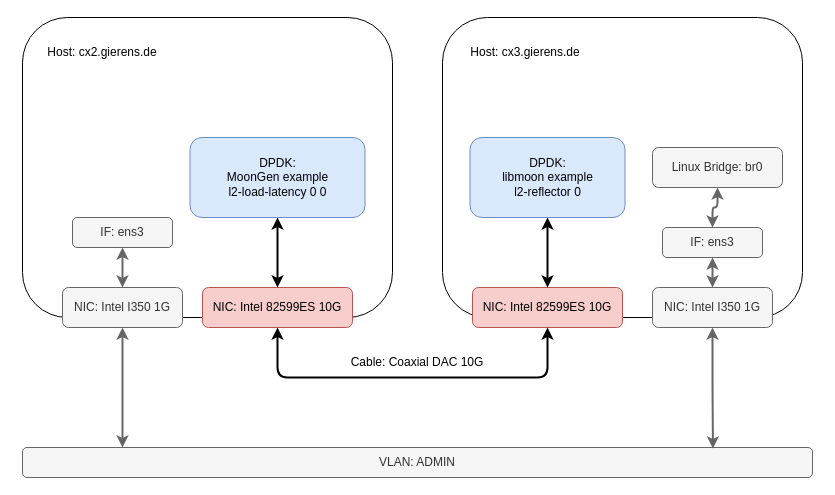
Earlier version of the draw.io diagram page "Physical NIC" (1 of 4) of testsystem.drawio (vmuxIO/diagrams). Source tidied: cells renumbered, new cells numbered last; positions are measured from the earlier drawing's top-left corner, leaving out a move shared by most shapes. Both pictures are drawn from the tidied source at 100%, with x=0, y=0 at pixel (22, 17).
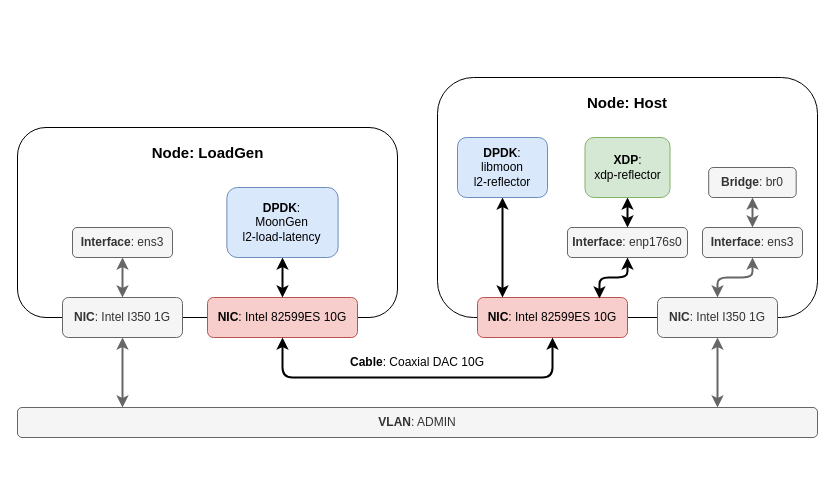
After the change.

Change to the diagram source:
```diff
@@
-    <mxCell id="2" style="group;" parent="1" vertex="1">
-      <mxGeometry width="790" height="460" as="geometry" />
-    </mxCell>
+    <mxCell id="26" style="group;" parent="1" vertex="1">
+      <mxGeometry x="-5" y="60" width="800" height="360" as="geometry" />
+    </mxCell>
-    <mxCell id="3" style="rounded=1;whiteSpace=wrap;html=1;" parent="2" vertex="1">
-      <mxGeometry width="370" height="300" as="geometry" />
+    <mxCell id="3" style="rounded=1;whiteSpace=wrap;html=1;" parent="26" vertex="1">
+      <mxGeometry y="50" width="380" height="190" as="geometry" />
     </mxCell>
-    <mxCell id="4" value="Host: cx2.gierens.de" style="text;html=1;strokeColor=none;fillColor=none;align=center;verticalAlign=middle;whiteSpace=wrap;rounded=0;" parent="2" vertex="1">
-      <mxGeometry x="20" y="20" width="120" height="30" as="geometry" />
+    <mxCell id="4" value="Node: LoadGen" style="text;html=1;strokeColor=none;fillColor=none;align=center;verticalAlign=middle;whiteSpace=wrap;rounded=0;fontStyle=1;fontSize=15;" parent="26" vertex="1">
+      <mxGeometry x="27.5" y="60" width="325" height="30" as="geometry" />
     </mxCell>
-    <mxCell id="5" style="rounded=1;whiteSpace=wrap;html=1;" parent="2" vertex="1">
-      <mxGeometry x="420" width="360" height="300" as="geometry" />
+    <mxCell id="5" style="rounded=1;whiteSpace=wrap;html=1;" parent="26" vertex="1">
+      <mxGeometry x="420" width="380" height="240" as="geometry" />
     </mxCell>
-    <mxCell id="6" value="Host: cx3.gierens.de" style="text;html=1;strokeColor=none;fillColor=none;align=center;verticalAlign=middle;whiteSpace=wrap;rounded=0;" parent="2" vertex="1">
-      <mxGeometry x="442.5" y="20" width="120" height="30" as="geometry" />
+    <mxCell id="6" value="Node: Host" style="text;html=1;strokeColor=none;fillColor=none;align=center;verticalAlign=middle;whiteSpace=wrap;rounded=0;fontStyle=1;fontSize=15;" parent="26" vertex="1">
+      <mxGeometry x="440" y="10" width="340" height="30" as="geometry" />
     </mxCell>
-    <mxCell id="7" value="VLAN: ADMIN" style="rounded=1;whiteSpace=wrap;html=1;fillColor=#f5f5f5;fontColor=#333333;strokeColor=#666666;" parent="2" vertex="1">
-      <mxGeometry y="430" width="790" height="30" as="geometry" />
+    <mxCell id="7" value="&lt;b&gt;VLAN&lt;/b&gt;: ADMIN" style="rounded=1;whiteSpace=wrap;html=1;fillColor=#f5f5f5;fontColor=#333333;strokeColor=#666666;" parent="26" vertex="1">
+      <mxGeometry y="330" width="800" height="30" as="geometry" />
     </mxCell>
-    <mxCell id="8" style="edgeStyle=orthogonalEdgeStyle;rounded=1;jettySize=auto;html=1;startArrow=classic;startFill=1;strokeWidth=2;fillColor=#f5f5f5;strokeColor=#666666;" parent="2" edge="1" source="9" target="7">
+    <mxCell id="8" style="edgeStyle=orthogonalEdgeStyle;rounded=1;jettySize=auto;html=1;startArrow=classic;startFill=1;strokeWidth=2;fillColor=#f5f5f5;strokeColor=#666666;" parent="26" edge="1" source="9">
       <mxGeometry relative="1" as="geometry">
+        <mxPoint x="105" y="330" as="targetPoint" />
         <Array as="points">
-          <mxPoint x="260" y="440" />
-          <mxPoint x="260" y="440" />
+          <mxPoint x="105" y="330" />
         </Array>
       </mxGeometry>
     </mxCell>
-    <mxCell id="9" value="NIC: Intel I350 1G" style="rounded=1;whiteSpace=wrap;html=1;fillColor=#f5f5f5;fontColor=#333333;strokeColor=#666666;" parent="2" vertex="1">
-      <mxGeometry x="40" y="270" width="120" height="40" as="geometry" />
+    <mxCell id="9" value="&lt;b&gt;NIC&lt;/b&gt;: Intel I350 1G" style="rounded=1;whiteSpace=wrap;html=1;fillColor=#f5f5f5;fontColor=#333333;strokeColor=#666666;" parent="26" vertex="1">
+      <mxGeometry x="45" y="220" width="120" height="40" as="geometry" />
     </mxCell>
-    <mxCell id="10" style="edgeStyle=orthogonalEdgeStyle;rounded=1;jettySize=auto;html=1;entryX=0.874;entryY=0.033;entryDx=0;entryDy=0;entryPerimeter=0;startArrow=classic;startFill=1;strokeWidth=2;fillColor=#f5f5f5;strokeColor=#666666;" parent="2" edge="1" source="11" target="7">
-      <mxGeometry relative="1" as="geometry" />
+    <mxCell id="10" style="edgeStyle=orthogonalEdgeStyle;rounded=1;jettySize=auto;html=1;startArrow=classic;startFill=1;strokeWidth=2;fillColor=#f5f5f5;strokeColor=#666666;" parent="26" edge="1" source="11" target="7">
+      <mxGeometry relative="1" as="geometry">
+        <Array as="points">
+          <mxPoint x="700" y="360" />
+          <mxPoint x="700" y="360" />
+        </Array>
+      </mxGeometry>
     </mxCell>
-    <mxCell id="11" value="NIC: Intel I350 1G" style="rounded=1;whiteSpace=wrap;html=1;fillColor=#f5f5f5;fontColor=#333333;strokeColor=#666666;" parent="2" vertex="1">
-      <mxGeometry x="630" y="270" width="120" height="40" as="geometry" />
+    <mxCell id="11" value="&lt;b&gt;NIC&lt;/b&gt;: Intel I350 1G" style="rounded=1;whiteSpace=wrap;html=1;fillColor=#f5f5f5;fontColor=#333333;strokeColor=#666666;" parent="26" vertex="1">
+      <mxGeometry x="640" y="220" width="120" height="40" as="geometry" />
     </mxCell>
-    <mxCell id="12" value="NIC: Intel 82599ES 10G" style="rounded=1;whiteSpace=wrap;html=1;fillColor=#f8cecc;strokeColor=#b85450;" parent="2" vertex="1">
-      <mxGeometry x="180" y="270" width="150" height="40" as="geometry" />
+    <mxCell id="12" value="&lt;b&gt;NIC&lt;/b&gt;: Intel 82599ES 10G" style="rounded=1;whiteSpace=wrap;html=1;fillColor=#f8cecc;strokeColor=#b85450;" parent="26" vertex="1">
+      <mxGeometry x="190" y="220" width="150" height="40" as="geometry" />
     </mxCell>
-    <mxCell id="13" value="NIC: Intel 82599ES 10G" style="rounded=1;whiteSpace=wrap;html=1;fillColor=#f8cecc;strokeColor=#b85450;" parent="2" vertex="1">
-      <mxGeometry x="450" y="270" width="150" height="40" as="geometry" />
+    <mxCell id="13" value="&lt;b&gt;NIC&lt;/b&gt;: Intel 82599ES 10G" style="rounded=1;whiteSpace=wrap;html=1;fillColor=#f8cecc;strokeColor=#b85450;" parent="26" vertex="1">
+      <mxGeometry x="460" y="220" width="150" height="40" as="geometry" />
     </mxCell>
-    <mxCell id="14" style="edgeStyle=orthogonalEdgeStyle;rounded=1;jettySize=auto;html=1;exitX=0.5;exitY=1;exitDx=0;exitDy=0;startArrow=classic;startFill=1;strokeWidth=2;entryX=0.5;entryY=1;entryDx=0;entryDy=0;" parent="2" edge="1" source="12" target="13">
+    <mxCell id="14" style="edgeStyle=orthogonalEdgeStyle;rounded=1;jettySize=auto;html=1;exitX=0.5;exitY=1;exitDx=0;exitDy=0;startArrow=classic;startFill=1;strokeWidth=2;" parent="26" edge="1" source="12" target="13">
       <mxGeometry relative="1" as="geometry">
         <Array as="points">
-          <mxPoint x="255" y="360" />
-          <mxPoint x="525" y="360" />
+          <mxPoint x="265" y="300" />
+          <mxPoint x="535" y="300" />
         </Array>
       </mxGeometry>
     </mxCell>
-    <mxCell id="15" value="Cable: Coaxial DAC 10G" style="text;html=1;align=center;verticalAlign=middle;whiteSpace=wrap;rounded=0;" parent="2" vertex="1">
-      <mxGeometry x="325" y="330" width="140" height="30" as="geometry" />
+    <mxCell id="15" value="&lt;b&gt;Cable&lt;/b&gt;: Coaxial DAC 10G" style="text;html=1;align=center;verticalAlign=middle;whiteSpace=wrap;rounded=0;" parent="26" vertex="1">
+      <mxGeometry x="330" y="270" width="140" height="30" as="geometry" />
     </mxCell>
-    <mxCell id="16" style="edgeStyle=orthogonalEdgeStyle;rounded=1;jettySize=auto;html=1;startArrow=classic;startFill=1;strokeWidth=2;fillColor=#f5f5f5;strokeColor=#666666;" parent="2" edge="1" source="17" target="9">
+    <mxCell id="16" style="edgeStyle=orthogonalEdgeStyle;rounded=1;jettySize=auto;html=1;startArrow=classic;startFill=1;strokeWidth=2;fillColor=#f5f5f5;strokeColor=#666666;" parent="26" edge="1" source="17" target="9">
       <mxGeometry relative="1" as="geometry" />
     </mxCell>
-    <mxCell id="17" value="IF: ens3" style="rounded=1;whiteSpace=wrap;html=1;fillColor=#f5f5f5;fontColor=#333333;strokeColor=#666666;" parent="2" vertex="1">
-      <mxGeometry x="50" y="200" width="100" height="30" as="geometry" />
+    <mxCell id="17" value="&lt;b&gt;Interface&lt;/b&gt;: ens3" style="rounded=1;whiteSpace=wrap;html=1;fillColor=#f5f5f5;fontColor=#333333;strokeColor=#666666;" parent="26" vertex="1">
+      <mxGeometry x="55" y="150" width="100" height="30" as="geometry" />
     </mxCell>
-    <mxCell id="18" style="edgeStyle=orthogonalEdgeStyle;rounded=1;jettySize=auto;html=1;startArrow=classic;startFill=1;strokeWidth=2;fillColor=#f5f5f5;strokeColor=#666666;" parent="2" edge="1" source="19" target="11">
+    <mxCell id="18" style="edgeStyle=orthogonalEdgeStyle;rounded=1;jettySize=auto;html=1;startArrow=classic;startFill=1;strokeWidth=2;fillColor=#f5f5f5;strokeColor=#666666;" parent="26" edge="1" source="19" target="11">
       <mxGeometry relative="1" as="geometry" />
     </mxCell>
-    <mxCell id="19" value="IF: ens3" style="rounded=1;whiteSpace=wrap;html=1;fillColor=#f5f5f5;fontColor=#333333;strokeColor=#666666;" parent="2" vertex="1">
-      <mxGeometry x="640" y="210" width="100" height="30" as="geometry" />
+    <mxCell id="19" value="&lt;b&gt;Interface&lt;/b&gt;: ens3" style="rounded=1;whiteSpace=wrap;html=1;fillColor=#f5f5f5;fontColor=#333333;strokeColor=#666666;" parent="26" vertex="1">
+      <mxGeometry x="685" y="150" width="100" height="30" as="geometry" />
     </mxCell>
-    <mxCell id="20" style="edgeStyle=orthogonalEdgeStyle;rounded=1;jettySize=auto;html=1;startArrow=classic;startFill=1;strokeWidth=2;" parent="2" edge="1" source="21" target="12">
+    <mxCell id="20" style="edgeStyle=orthogonalEdgeStyle;rounded=1;jettySize=auto;html=1;startArrow=classic;startFill=1;strokeWidth=2;" parent="26" edge="1" source="21" target="12">
       <mxGeometry relative="1" as="geometry" />
     </mxCell>
-    <mxCell id="21" value="&lt;div&gt;DPDK: &lt;br&gt;&lt;/div&gt;&lt;div&gt;MoonGen example&lt;/div&gt;&lt;div&gt;l2-load-latency 0 0&lt;br&gt;&lt;/div&gt;" style="rounded=1;whiteSpace=wrap;html=1;fillColor=#dae8fc;strokeColor=#6c8ebf;" parent="2" vertex="1">
-      <mxGeometry x="167.5" y="120" width="175" height="80" as="geometry" />
+    <mxCell id="21" value="&lt;div&gt;&lt;b&gt;DPDK&lt;/b&gt;:&lt;b&gt; &lt;/b&gt;&lt;br&gt;&lt;/div&gt;&lt;div&gt;MoonGen&lt;/div&gt;&lt;div&gt;l2-load-latency&lt;br&gt;&lt;/div&gt;" style="rounded=1;whiteSpace=wrap;html=1;fillColor=#dae8fc;strokeColor=#6c8ebf;" parent="26" vertex="1">
+      <mxGeometry x="209.4" y="110" width="111.2" height="70" as="geometry" />
     </mxCell>
-    <mxCell id="22" style="edgeStyle=orthogonalEdgeStyle;rounded=0;jettySize=auto;html=1;startArrow=classic;startFill=1;strokeWidth=2;" parent="2" edge="1" source="23" target="13">
-      <mxGeometry relative="1" as="geometry" />
+    <mxCell id="22" style="edgeStyle=orthogonalEdgeStyle;jettySize=auto;html=1;startArrow=classic;startFill=1;strokeWidth=2;rounded=1;" parent="26" edge="1" source="23" target="13">
+      <mxGeometry relative="1" as="geometry">
+        <Array as="points">
+          <mxPoint x="485" y="200" />
+          <mxPoint x="485" y="200" />
+        </Array>
+      </mxGeometry>
     </mxCell>
-    <mxCell id="23" value="&lt;div&gt;DPDK: &lt;br&gt;&lt;/div&gt;&lt;div&gt;libmoon example&lt;/div&gt;&lt;div&gt;l2-reflector 0&lt;/div&gt;" style="rounded=1;whiteSpace=wrap;html=1;fillColor=#dae8fc;strokeColor=#6c8ebf;" parent="2" vertex="1">
-      <mxGeometry x="447.5" y="120" width="155" height="80" as="geometry" />
+    <mxCell id="23" value="&lt;div&gt;&lt;b&gt;DPDK&lt;/b&gt;: &lt;b&gt;&lt;br&gt;&lt;/b&gt;&lt;/div&gt;&lt;div&gt;libmoon&lt;br&gt;&lt;/div&gt;&lt;div&gt;l2-reflector&lt;br&gt;&lt;/div&gt;" style="rounded=1;whiteSpace=wrap;html=1;fillColor=#dae8fc;strokeColor=#6c8ebf;" parent="26" vertex="1">
+      <mxGeometry x="440" y="60" width="90" height="60" as="geometry" />
     </mxCell>
-    <mxCell id="24" style="edgeStyle=orthogonalEdgeStyle;rounded=1;jettySize=auto;html=1;startArrow=classic;startFill=1;strokeWidth=2;fillColor=#f5f5f5;strokeColor=#666666;" parent="2" edge="1" source="25" target="19">
+    <mxCell id="24" style="edgeStyle=orthogonalEdgeStyle;rounded=1;jettySize=auto;html=1;startArrow=classic;startFill=1;strokeWidth=2;fillColor=#f5f5f5;strokeColor=#666666;" parent="26" edge="1" source="25" target="19">
       <mxGeometry relative="1" as="geometry" />
     </mxCell>
-    <mxCell id="25" value="Linux Bridge: br0" style="rounded=1;whiteSpace=wrap;html=1;fillColor=#f5f5f5;fontColor=#333333;strokeColor=#666666;" parent="2" vertex="1">
-      <mxGeometry x="630" y="130" width="130" height="40" as="geometry" />
+    <mxCell id="25" value="&lt;b&gt;Bridge&lt;/b&gt;: br0" style="rounded=1;whiteSpace=wrap;html=1;fillColor=#f5f5f5;fontColor=#333333;strokeColor=#666666;" parent="26" vertex="1">
+      <mxGeometry x="691.2" y="90" width="87.5" height="30" as="geometry" />
     </mxCell>
+    <mxCell id="27" style="edgeStyle=orthogonalEdgeStyle;rounded=1;jettySize=auto;html=1;fontSize=15;strokeWidth=2;startArrow=classic;startFill=1;entryX=0.813;entryY=0.025;entryDx=0;entryDy=0;entryPerimeter=0;" parent="26" edge="1" source="28" target="13">
+      <mxGeometry relative="1" as="geometry">
+        <Array as="points">
+          <mxPoint x="610" y="200" />
+          <mxPoint x="582" y="200" />
+        </Array>
+      </mxGeometry>
+    </mxCell>
+    <mxCell id="28" value="&lt;b&gt;Interface&lt;/b&gt;: enp176s0" style="rounded=1;whiteSpace=wrap;html=1;fillColor=#f5f5f5;fontColor=#333333;strokeColor=#666666;" parent="26" vertex="1">
+      <mxGeometry x="550" y="150" width="120" height="30" as="geometry" />
+    </mxCell>
+    <mxCell id="29" style="edgeStyle=orthogonalEdgeStyle;rounded=1;jettySize=auto;html=1;entryX=0.5;entryY=0;entryDx=0;entryDy=0;fontSize=15;startArrow=classic;startFill=1;strokeWidth=2;" parent="26" edge="1" source="30" target="28">
+      <mxGeometry relative="1" as="geometry" />
+    </mxCell>
+    <mxCell id="30" value="&lt;div&gt;&lt;b&gt;XDP&lt;/b&gt;: &lt;b&gt;&lt;br&gt;&lt;/b&gt;&lt;/div&gt;&lt;div&gt;xdp-reflector&lt;br&gt;&lt;/div&gt;" style="rounded=1;whiteSpace=wrap;html=1;fillColor=#d5e8d4;strokeColor=#82b366;" parent="26" vertex="1">
+      <mxGeometry x="567.5" y="60" width="85" height="60" as="geometry" />
+    </mxCell>
```
